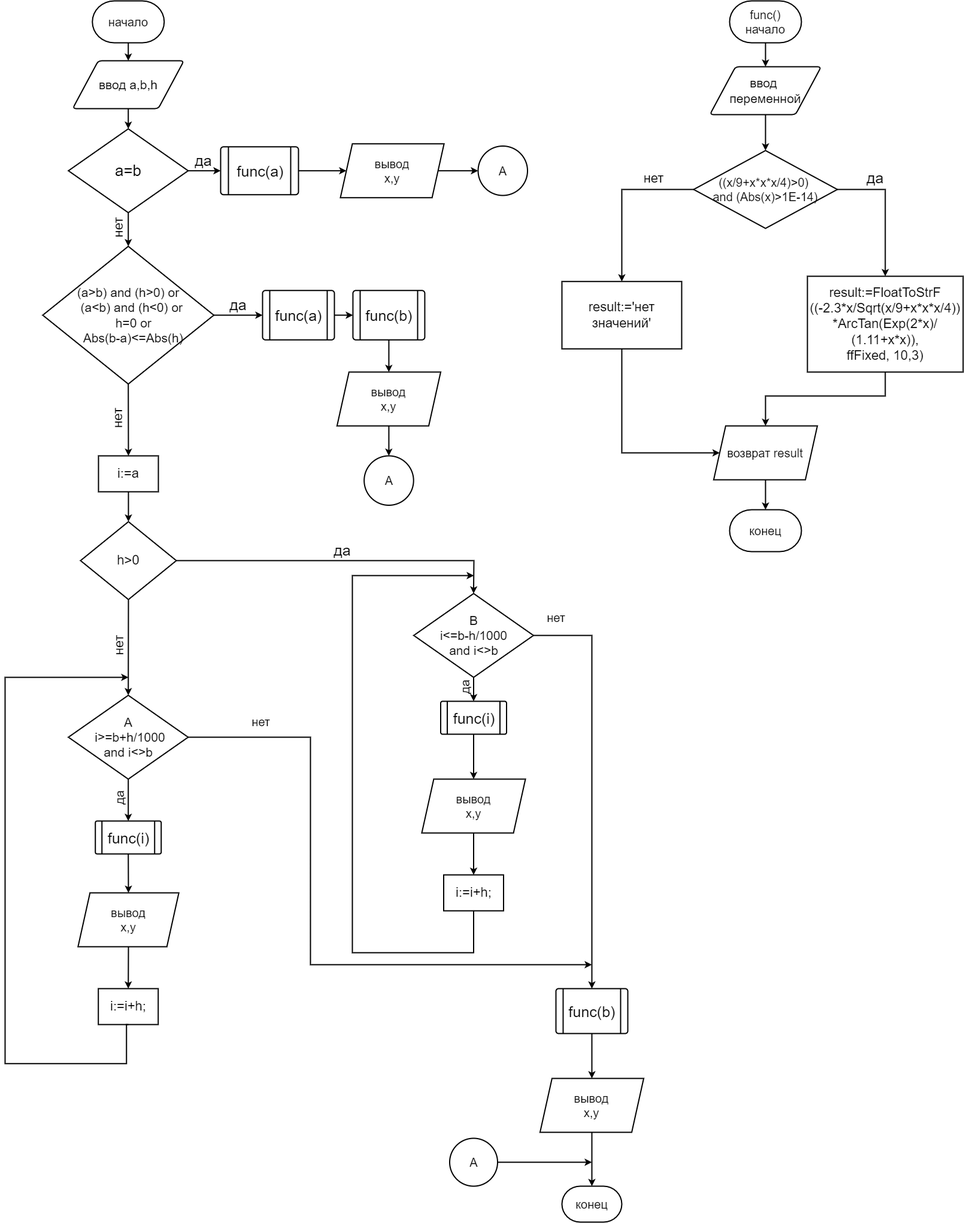
This is lab-1png.drawio.png from MarkOstapchuk/lab-1, a draw.io export, as it was before one commit. Source tidied: cells renumbered, new cells last; positions are measured from the earlier drawing's top-left corner, leaving out a move shared by most shapes.
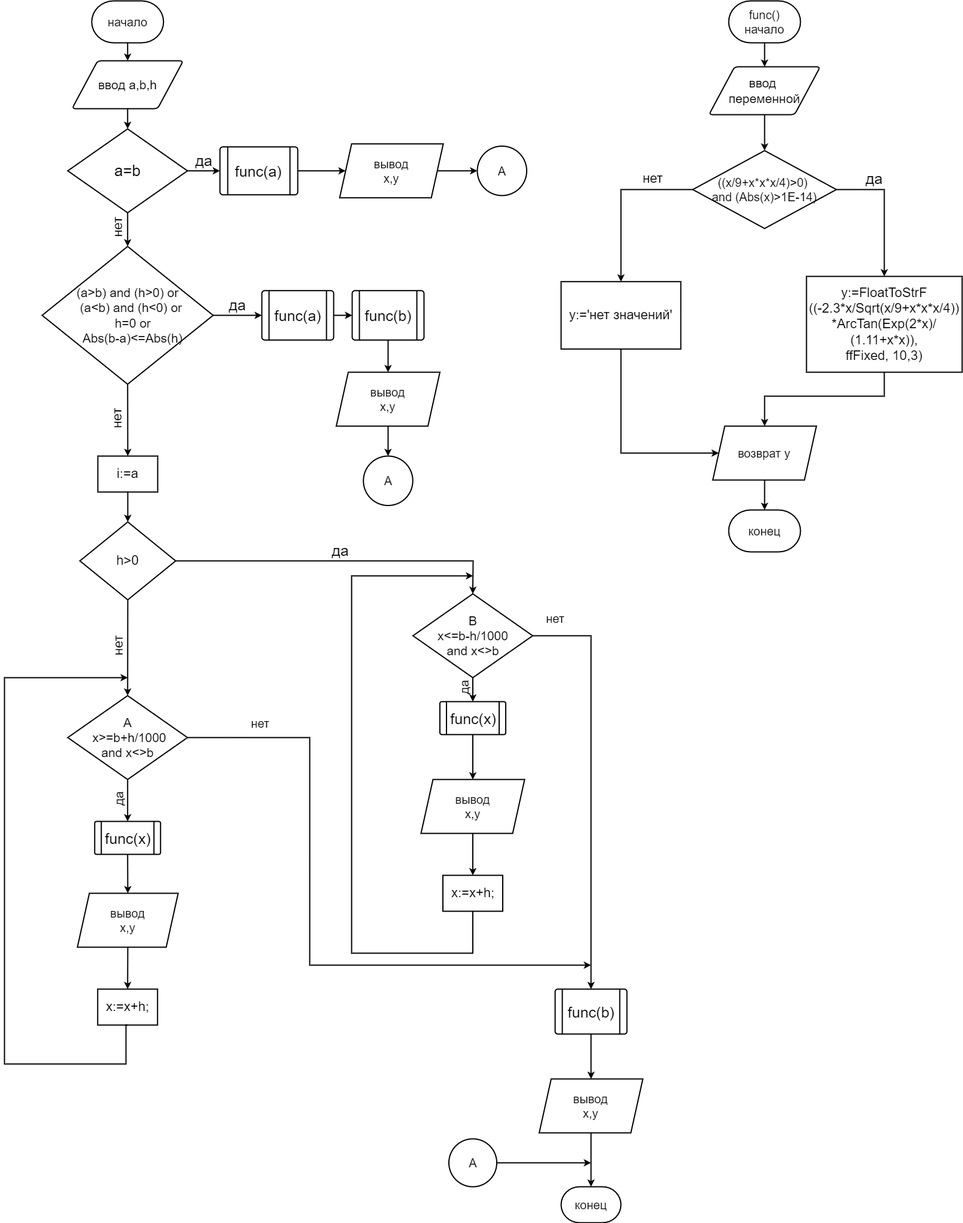
After the commit.

The edit, as a diff of the source:
```diff
@@ -87,13 +87,13 @@
         </Array>
       </mxGeometry>
     </mxCell>
-    <mxCell id="26" value="B&lt;br&gt;i&amp;lt;=b-h/1000&lt;br&gt;and i&amp;lt;&amp;gt;b" style="strokeWidth=2;html=1;shape=mxgraph.flowchart.decision;whiteSpace=wrap;shadow=0;glass=0;sketch=0;fontSize=21;" parent="1" vertex="1">
+    <mxCell id="26" value="B&lt;br&gt;x&amp;lt;=b-h/1000&lt;br&gt;and x&amp;lt;&amp;gt;b" style="strokeWidth=2;html=1;shape=mxgraph.flowchart.decision;whiteSpace=wrap;shadow=0;glass=0;sketch=0;fontSize=21;" parent="1" vertex="1">
       <mxGeometry x="682.5" y="990" width="200" height="140" as="geometry" />
     </mxCell>
     <mxCell id="27" value="нет" style="endArrow=classic;html=1;rounded=0;fontSize=22;exitX=0.5;exitY=1;exitDx=0;exitDy=0;exitPerimeter=0;horizontal=0;verticalAlign=bottom;spacing=2;spacingTop=2;spacingBottom=0;spacingLeft=0;spacingRight=6;entryX=0.5;entryY=0;entryDx=0;entryDy=0;entryPerimeter=0;strokeWidth=2;" parent="1" edge="1" source="24" target="28">
       <mxGeometry relative="1" as="geometry" />
     </mxCell>
-    <mxCell id="28" value="A&lt;br&gt;&amp;nbsp;i&amp;gt;=b+h/1000&lt;br&gt;and i&amp;lt;&amp;gt;b" style="strokeWidth=2;html=1;shape=mxgraph.flowchart.decision;whiteSpace=wrap;shadow=0;glass=0;sketch=0;fontSize=21;" parent="1" vertex="1">
+    <mxCell id="28" value="A&lt;br&gt;&amp;nbsp;x&amp;gt;=b+h/1000&lt;br&gt;and x&amp;lt;&amp;gt;b" style="strokeWidth=2;html=1;shape=mxgraph.flowchart.decision;whiteSpace=wrap;shadow=0;glass=0;sketch=0;fontSize=21;" parent="1" vertex="1">
       <mxGeometry x="105.8" y="1160" width="200" height="140" as="geometry" />
     </mxCell>
     <mxCell id="29" value="да" style="endArrow=classic;html=1;rounded=0;fontSize=21;exitX=0.5;exitY=1;exitDx=0;exitDy=0;exitPerimeter=0;entryX=0.5;entryY=0;entryDx=0;entryDy=0;horizontal=0;verticalAlign=bottom;spacingRight=6;strokeWidth=2;" parent="1" edge="1" source="26" target="32">
@@ -102,10 +102,10 @@
     <mxCell id="30" style="endArrow=classic;html=1;rounded=0;fontSize=21;entryX=0.5;entryY=0;entryDx=0;entryDy=0;exitX=0.5;exitY=1;exitDx=0;exitDy=0;strokeWidth=2;" parent="1" edge="1" source="32" target="34">
       <mxGeometry relative="1" as="geometry" />
     </mxCell>
-    <mxCell id="31" value="i:=i+h;" style="rounded=0;whiteSpace=wrap;html=1;absoluteArcSize=1;arcSize=14;strokeWidth=2;shadow=0;glass=0;sketch=0;fontSize=22;fillColor=default;" parent="1" vertex="1">
+    <mxCell id="31" value="x:=x+h;" style="rounded=0;whiteSpace=wrap;html=1;absoluteArcSize=1;arcSize=14;strokeWidth=2;shadow=0;glass=0;sketch=0;fontSize=22;fillColor=default;" parent="1" vertex="1">
       <mxGeometry x="732.5" y="1460" width="100" height="60" as="geometry" />
     </mxCell>
-    <mxCell id="32" value="func(i)" style="verticalLabelPosition=middle;verticalAlign=middle;html=1;shape=process;rounded=1;size=0.1;arcSize=6;shadow=0;glass=0;sketch=0;strokeWidth=2;fontSize=25;fillColor=default;horizontal=1;labelPosition=center;align=center;" parent="1" vertex="1">
+    <mxCell id="32" value="func(x)" style="verticalLabelPosition=middle;verticalAlign=middle;html=1;shape=process;rounded=1;size=0.1;arcSize=6;shadow=0;glass=0;sketch=0;strokeWidth=2;fontSize=25;fillColor=default;horizontal=1;labelPosition=center;align=center;" parent="1" vertex="1">
       <mxGeometry x="727.5" y="1170" width="110" height="55" as="geometry" />
     </mxCell>
     <mxCell id="33" style="endArrow=classic;html=1;rounded=0;fontSize=21;exitX=0.5;exitY=1;exitDx=0;exitDy=0;entryX=0.5;entryY=0;entryDx=0;entryDy=0;strokeWidth=2;" parent="1" edge="1" source="34" target="31">
@@ -117,10 +117,10 @@
     <mxCell id="35" style="endArrow=classic;html=1;rounded=0;fontSize=21;entryX=0.5;entryY=0;entryDx=0;entryDy=0;exitX=0.5;exitY=1;exitDx=0;exitDy=0;strokeWidth=2;" parent="1" edge="1" source="37" target="39">
       <mxGeometry relative="1" as="geometry" />
     </mxCell>
-    <mxCell id="36" value="i:=i+h;" style="rounded=0;whiteSpace=wrap;html=1;absoluteArcSize=1;arcSize=14;strokeWidth=2;shadow=0;glass=0;sketch=0;fontSize=22;fillColor=default;" parent="1" vertex="1">
+    <mxCell id="36" value="x:=x+h;" style="rounded=0;whiteSpace=wrap;html=1;absoluteArcSize=1;arcSize=14;strokeWidth=2;shadow=0;glass=0;sketch=0;fontSize=22;fillColor=default;" parent="1" vertex="1">
       <mxGeometry x="155.7" y="1650" width="100" height="60" as="geometry" />
     </mxCell>
-    <mxCell id="37" value="func(i)" style="verticalLabelPosition=middle;verticalAlign=middle;html=1;shape=process;rounded=1;size=0.1;arcSize=6;shadow=0;glass=0;sketch=0;strokeWidth=2;fontSize=25;fillColor=default;horizontal=1;labelPosition=center;align=center;" parent="1" vertex="1">
+    <mxCell id="37" value="func(x)" style="verticalLabelPosition=middle;verticalAlign=middle;html=1;shape=process;rounded=1;size=0.1;arcSize=6;shadow=0;glass=0;sketch=0;strokeWidth=2;fontSize=25;fillColor=default;horizontal=1;labelPosition=center;align=center;" parent="1" vertex="1">
       <mxGeometry x="150.7" y="1370" width="110" height="55" as="geometry" />
     </mxCell>
     <mxCell id="38" style="endArrow=classic;html=1;rounded=0;fontSize=21;exitX=0.5;exitY=1;exitDx=0;exitDy=0;entryX=0.5;entryY=0;entryDx=0;entryDy=0;strokeWidth=2;" parent="1" edge="1" source="39" target="36">
@@ -194,7 +194,7 @@
         </Array>
       </mxGeometry>
     </mxCell>
-    <mxCell id="57" value="result:=FloatToStrF&lt;br&gt;((-2.3*x/Sqrt(x/9+x*x*x/4))&lt;br&gt;*ArcTan(Exp(2*x)/&lt;br&gt;(1.11+x*x)),&lt;br&gt;ffFixed, 10,3)" style="rounded=0;whiteSpace=wrap;html=1;absoluteArcSize=1;arcSize=14;strokeWidth=2;shadow=0;glass=0;sketch=0;fontSize=22;fillColor=default;" parent="1" vertex="1">
+    <mxCell id="57" value="y:=FloatToStrF&lt;br&gt;((-2.3*x/Sqrt(x/9+x*x*x/4))&lt;br&gt;*ArcTan(Exp(2*x)/&lt;br&gt;(1.11+x*x)),&lt;br&gt;ffFixed, 10,3)" style="rounded=0;whiteSpace=wrap;html=1;absoluteArcSize=1;arcSize=14;strokeWidth=2;shadow=0;glass=0;sketch=0;fontSize=22;fillColor=default;" parent="1" vertex="1">
       <mxGeometry x="1340" y="460" width="260" height="160" as="geometry" />
     </mxCell>
     <mxCell id="58" value="нет" style="endArrow=classic;html=1;rounded=0;fontSize=22;exitX=0;exitY=0.5;exitDx=0;exitDy=0;horizontal=1;verticalAlign=bottom;spacingRight=0;spacingLeft=105;entryX=0.5;entryY=0;entryDx=0;entryDy=0;spacingBottom=20;strokeWidth=2;" parent="1" edge="1" source="55" target="59">
@@ -204,7 +204,7 @@
         </Array>
       </mxGeometry>
     </mxCell>
-    <mxCell id="59" value="result:='нет значений'" style="rounded=0;whiteSpace=wrap;html=1;absoluteArcSize=1;arcSize=14;strokeWidth=2;shadow=0;glass=0;sketch=0;fontSize=22;fillColor=default;" parent="1" vertex="1">
+    <mxCell id="59" value="y:='нет значений'" style="rounded=0;whiteSpace=wrap;html=1;absoluteArcSize=1;arcSize=14;strokeWidth=2;shadow=0;glass=0;sketch=0;fontSize=22;fillColor=default;" parent="1" vertex="1">
       <mxGeometry x="930" y="468.8" width="200" height="112.5" as="geometry" />
     </mxCell>
     <mxCell id="60" style="endArrow=classic;html=1;rounded=0;fontSize=20;exitX=0.5;exitY=1;exitDx=0;exitDy=0;entryX=0;entryY=0.5;entryDx=0;entryDy=0;strokeWidth=2;" parent="1" edge="1" source="59" target="61">
@@ -214,7 +214,7 @@
         </Array>
       </mxGeometry>
     </mxCell>
-    <mxCell id="61" value="возврат result" style="shape=parallelogram;perimeter=parallelogramPerimeter;whiteSpace=wrap;html=1;fixedSize=1;shadow=0;glass=0;sketch=0;strokeWidth=2;fontSize=20;fillColor=default;" parent="1" vertex="1">
+    <mxCell id="61" value="возврат y" style="shape=parallelogram;perimeter=parallelogramPerimeter;whiteSpace=wrap;html=1;fixedSize=1;shadow=0;glass=0;sketch=0;strokeWidth=2;fontSize=20;fillColor=default;" parent="1" vertex="1">
       <mxGeometry x="1183.5" y="710" width="173.1" height="90" as="geometry" />
     </mxCell>
     <mxCell id="62" style="endArrow=classic;html=1;rounded=0;fontSize=20;exitX=0.5;exitY=1;exitDx=0;exitDy=0;entryX=0.5;entryY=0;entryDx=0;entryDy=0;strokeWidth=2;" parent="1" edge="1" source="57" target="61">
```
